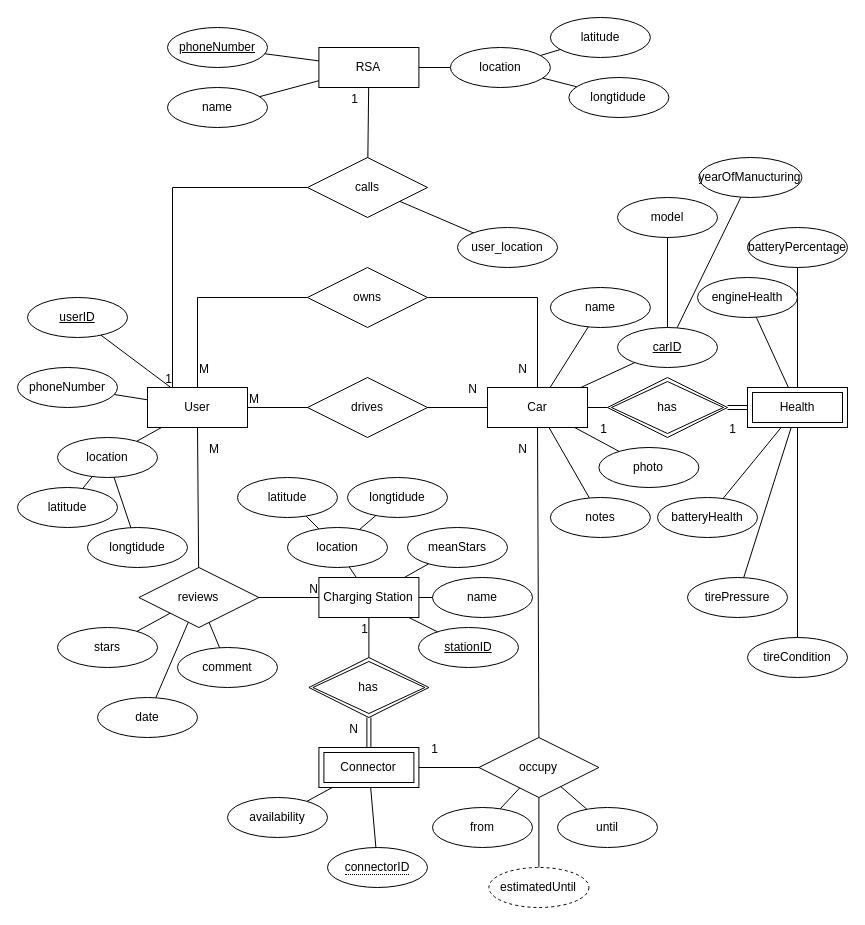
Above: EVPoint ERdiagram.drawio in johnkouk469/DatabasesCourse2021 (draw.io), before the change. Source tidied: cells renumbered, new cells numbered last; positions are measured from the earlier drawing's top-left corner, leaving out a move shared by most shapes. Both pictures are drawn from the tidied source at 100%, with x=0, y=0 at pixel (17, 17).
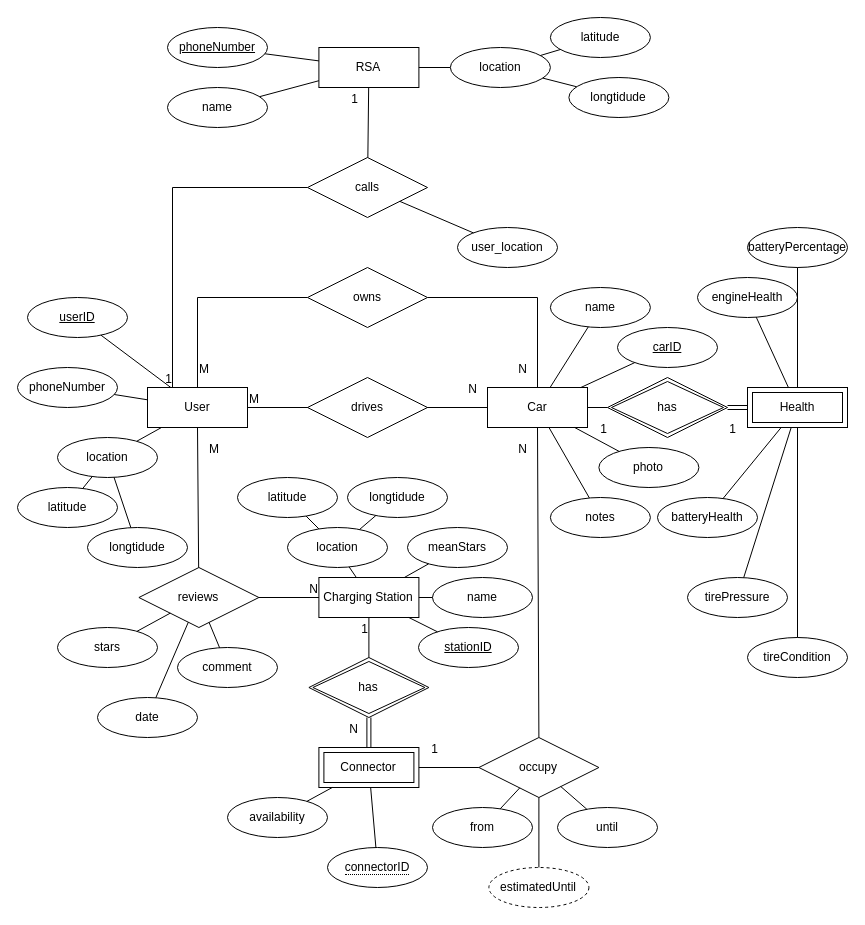
After the change.

Commit message:
carID = licenseNumber

The change refers to these unchanged cells:
```xml
<mxCell id="104" value="carID" style="ellipse;whiteSpace=wrap;html=1;align=center;fontStyle=4;" parent="1" vertex="1">
  <mxGeometry x="600" y="310" width="100" height="40" as="geometry" />
</mxCell>
```

Change to the diagram source:
```diff
@@
-    <mxCell id="100" value="model" style="ellipse;whiteSpace=wrap;html=1;align=center;" parent="1" vertex="1">
-      <mxGeometry x="600" y="180" width="100" height="40" as="geometry" />
-    </mxCell>
-    <mxCell id="101" style="endArrow=none;html=1;rounded=0;" parent="1" edge="1" source="104" target="100">
-      <mxGeometry relative="1" as="geometry" />
-    </mxCell>
-    <mxCell id="102" value="yearOfManucturing" style="ellipse;whiteSpace=wrap;html=1;align=center;" parent="1" vertex="1">
-      <mxGeometry x="681.4" y="140" width="103" height="40" as="geometry" />
-    </mxCell>
-    <mxCell id="103" style="endArrow=none;html=1;rounded=0;" parent="1" edge="1" source="104" target="102">
-      <mxGeometry relative="1" as="geometry" />
-    </mxCell>
```
